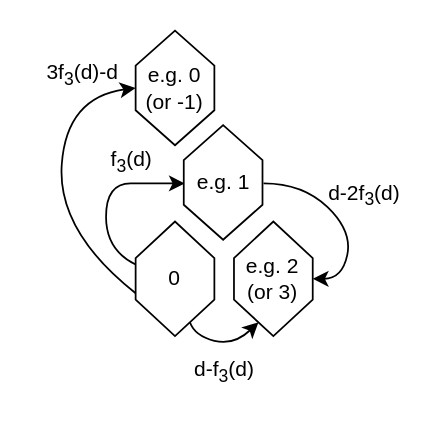
Earlier version of the draw.io diagram page "BosanquetWilson" (4 of 6) of layouts/isomorphic_layouts.drawio (carlhenrikrolf/microtonOS). Source tidied: cells renumbered, new cells numbered last; positions are measured from the earlier drawing's top-left corner, leaving out a move shared by most shapes. Both pictures are drawn from the tidied source at 175%, with x=0, y=0 at pixel (30, 30).
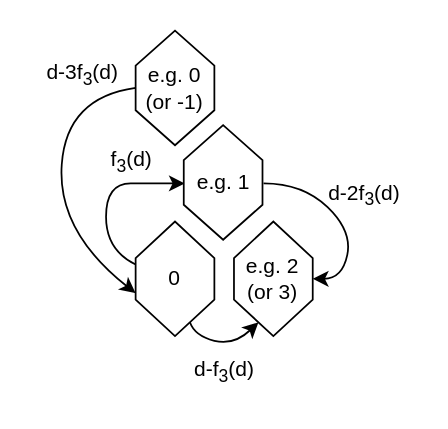
The same page after the edit.

Unchanged cells that the change refers to:
```xml
<mxCell id="2" style="group;" parent="1" vertex="1">
  <mxGeometry x="15" width="190" height="180" as="geometry" />
</mxCell>
<mxCell id="3" value="0" style="shape=hexagon;perimeter=hexagonPerimeter2;whiteSpace=wrap;html=1;fixedSize=1;direction=south;size=20.909090909090963;" parent="2" vertex="1">
  <mxGeometry x="45" y="109.1" width="45" height="65.5" as="geometry" />
</mxCell>
<mxCell id="5" value="&lt;div&gt;e.g. 0&lt;/div&gt;(or -1)" style="shape=hexagon;perimeter=hexagonPerimeter2;whiteSpace=wrap;html=1;fixedSize=1;direction=south;size=20;" parent="2" vertex="1">
  <mxGeometry x="45" width="45" height="65.5" as="geometry" />
</mxCell>
```

The edit, as a diff of the source:
```diff
@@
-    <mxCell id="9" style="curved=1;endArrow=classic;html=1;rounded=0;exitX=0.625;exitY=1;exitDx=0;exitDy=0;entryX=0.5;entryY=1;entryDx=0;entryDy=0;" parent="2" edge="1" source="3" target="5">
+    <mxCell id="9" style="curved=1;endArrow=none;html=1;rounded=0;exitX=0.625;exitY=1;exitDx=0;exitDy=0;entryX=0.5;entryY=1;entryDx=0;entryDy=0;startArrow=classic;startFill=1;endFill=0;" parent="2" edge="1" source="3" target="5">
       <mxGeometry relative="1" as="geometry">
         <Array as="points">
           <mxPoint y="114.5" />
           <mxPoint x="5.6" y="38.2" />
         </Array>
       </mxGeometry>
     </mxCell>
@@
-    <mxCell id="13" value="3f&lt;sub&gt;3&lt;/sub&gt;(d)-d" style="text;html=1;align=center;verticalAlign=middle;whiteSpace=wrap;rounded=0;" parent="2" vertex="1">
+    <mxCell id="13" value="&lt;div&gt;d-3f&lt;sub&gt;3&lt;/sub&gt;(d)&lt;/div&gt;" style="text;html=1;align=center;verticalAlign=middle;whiteSpace=wrap;rounded=0;" parent="2" vertex="1">
       <mxGeometry x="-15" y="10" width="60" height="30" as="geometry" />
     </mxCell>
```
